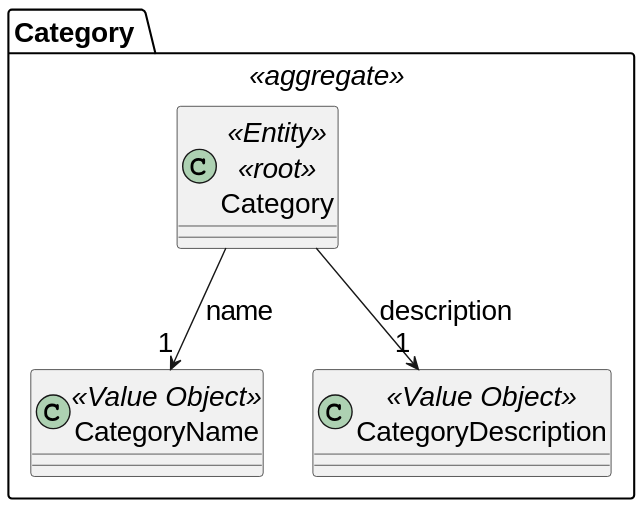
The PlantUML diagram docs/SPRINT_2/US247/images/domain-model-247.svg in diogoveirospro/sem4pi-2024-2025-sem4pi_2024_2025_g44, before a commit.
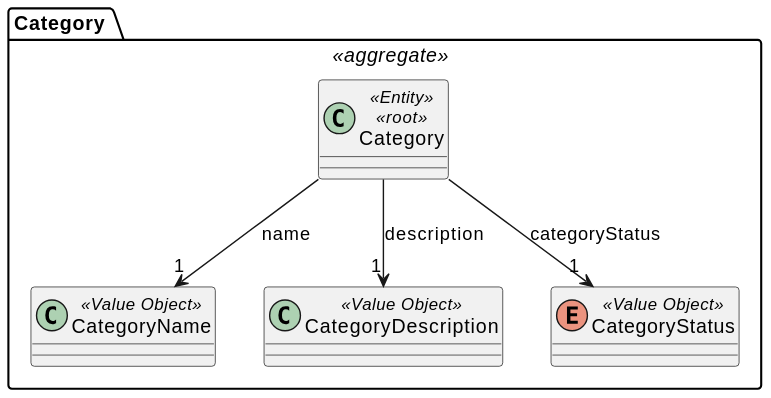
Later version of the same file.

Diff of the diagram source:
```diff
@@ -1,6 +1,4 @@
 @startuml
-skinparamlocked defaultFontSize 20
-
 package "Category " <<aggregate>>{
 
     class Category <<Entity>> <<root>>{
@@ -12,6 +10,10 @@
     class CategoryDescription <<Value Object>>{
     }
 
+    enum CategoryStatus <<Value Object>>{
+    }
+
     Category --> "1" CategoryName: name
     Category --> "1" CategoryDescription: description
+    Category --> "1" CategoryStatus: categoryStatus
 @enduml
```
